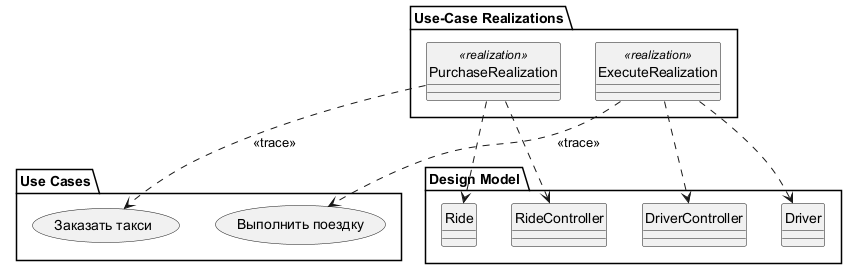
Earlier version of the PlantUML export SE/solution/lab2/img/02_traceabilities_diagram.png (mm-shkurin/studies_2026). Its diagram source:
```plantuml
@startuml 02_traceabilities_diagram
allowmixing
skinparam style strictuml

package "Use Cases" {
  usecase "Заказать такси" as uc_purchase
  usecase "Выполнить поездку" as uc_execute
}

package "Use-Case Realizations" {
  class "PurchaseRealization" as r_purchase <<realization>>
  class "ExecuteRealization" as r_execute <<realization>>
}

package "Design Model" {
  class RideController
  class Ride
  class DriverController
  class Driver
}

r_purchase ..> uc_purchase : <<trace>>
r_execute ..> uc_execute : <<trace>>

r_purchase ..> RideController
r_purchase ..> Ride
r_execute ..> DriverController
r_execute ..> Driver
@enduml
```
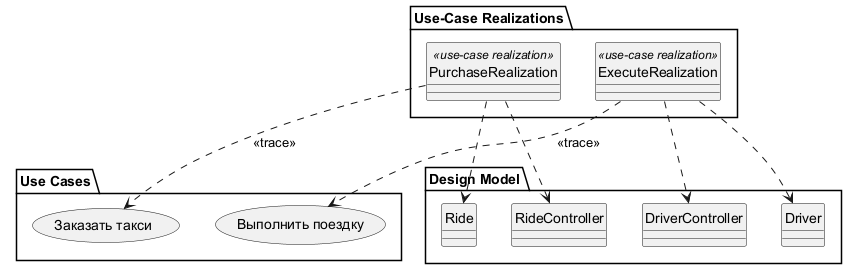
After the commit.

The edit, as a diff of the source:
```diff
@@ -8,8 +8,8 @@
 }
 
 package "Use-Case Realizations" {
-  class "PurchaseRealization" as r_purchase <<realization>>
-  class "ExecuteRealization" as r_execute <<realization>>
+  class "PurchaseRealization" as r_purchase <<use-case realization>>
+  class "ExecuteRealization" as r_execute <<use-case realization>>
 }
 
 package "Design Model" {
```
